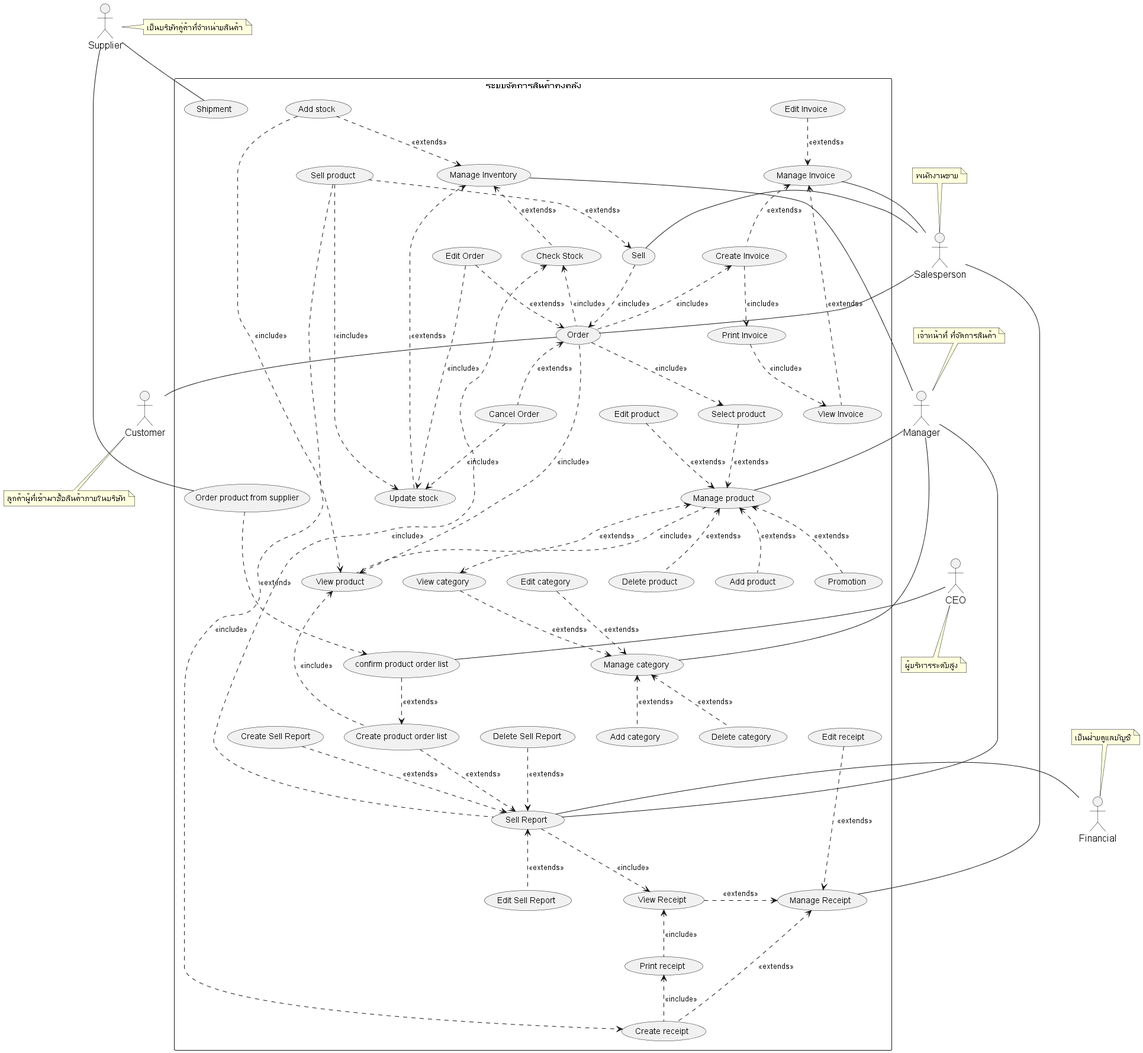
billowdev/inventory-system-plantuml-sequelize-seeder-example keeps this PlantUML diagram as out/system-analysis/usecase/_0_usecase-diagram/_0_usecase-diagram.png. Above is the earlier version.
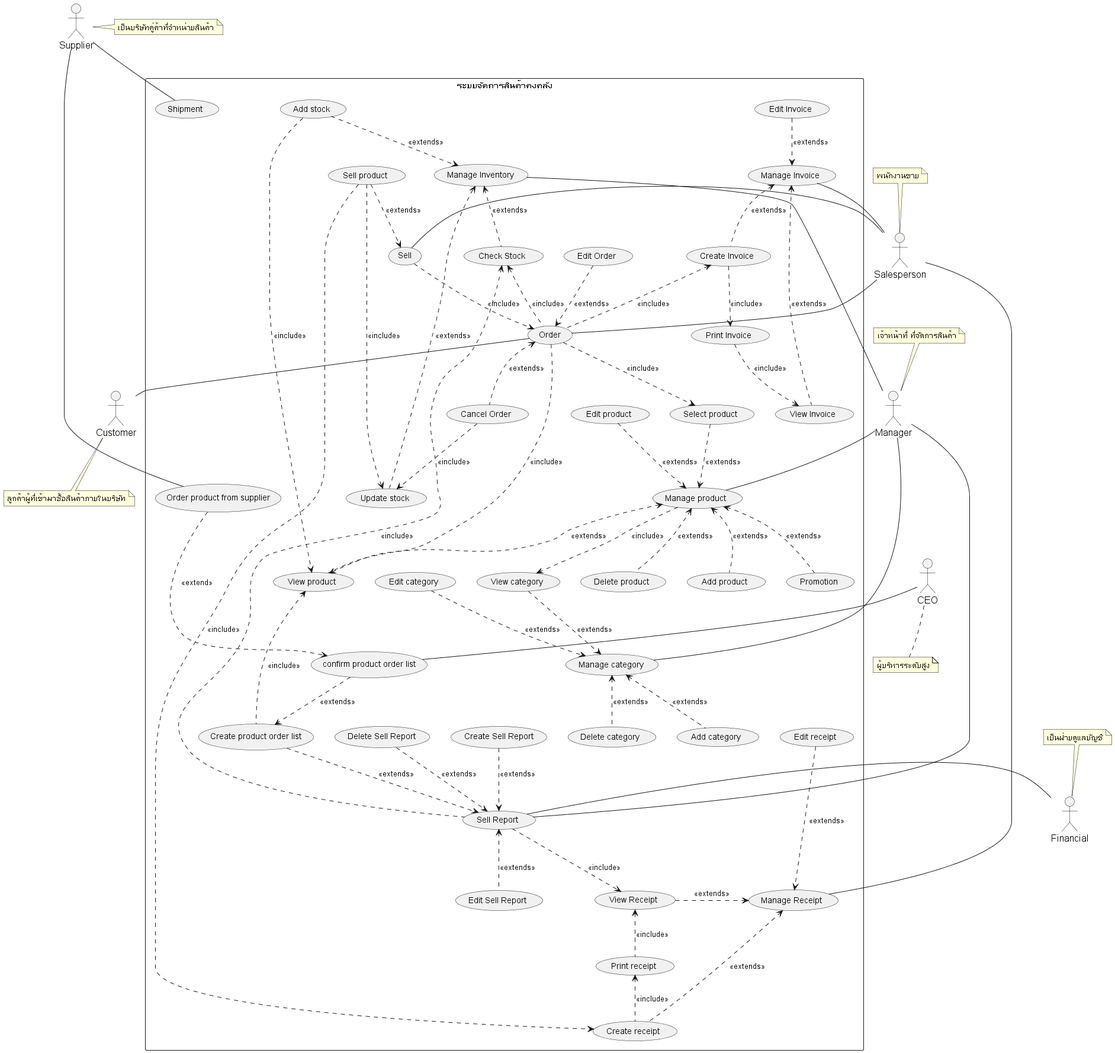
The same diagram one commit later.

What changed in the source:
```diff
@@ -131,7 +131,7 @@
 
     (usecaseOrder) <.. (usecaseDeleteOrder) : <<extends>>
     (usecaseEditOrder) ..> (usecaseOrder) : <<extends>>
-    (usecaseEditOrder) ..> (usecaseUpdateStock) : <<include>>
+
     (usecaseDeleteOrder) ..> (usecaseUpdateStock) : <<include>>
     (usecaseCreateInvoice) <.. (usecaseOrder) : <<include>>
 
```
